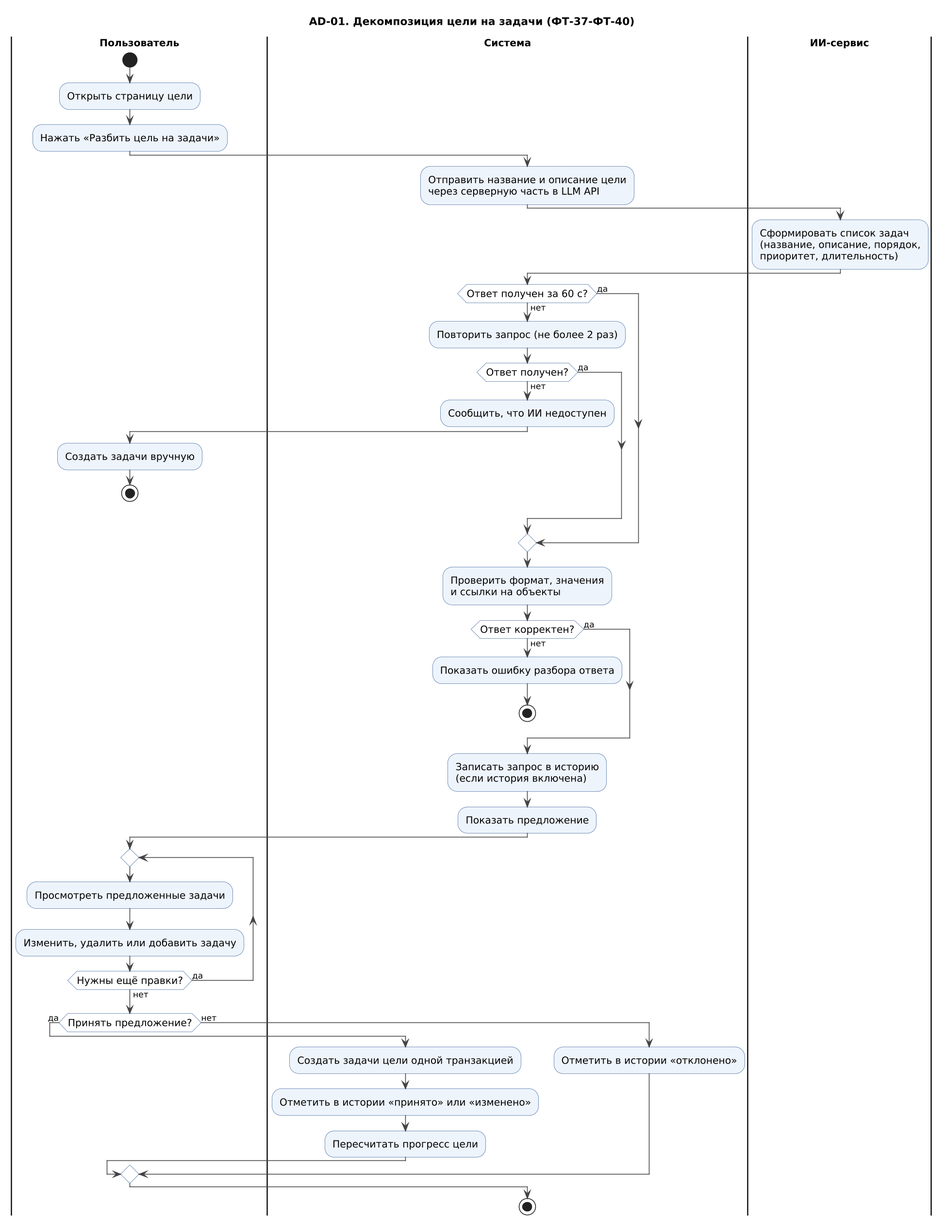
Before: docs/uml/png/AD-01_dekompoziciya.png, a diagram exported from PlantUML (freez044/kpo_project). Its diagram source:
```plantuml
@startuml AD-01_dekompoziciya
!include style.iuml
title AD-01. Декомпозиция цели на задачи (ФТ-37-ФТ-40)
|Пользователь|
start
:Открыть страницу цели;
:Нажать «Разбить цель на задачи»;
|Система|
:Отправить название и описание цели
через серверную часть в LLM API;
|ИИ-сервис|
:Сформировать список задач
(название, описание, порядок,
приоритет, длительность);
|Система|
if (Ответ получен за 60 с?) then (нет)
  :Повторить запрос (не более 2 раз);
  if (Ответ получен?) then (нет)
    :Сообщить, что ИИ недоступен;
    |Пользователь|
    :Создать задачи вручную;
    stop
  else (да)
  endif
else (да)
endif
|Система|
:Проверить формат, значения
и ссылки на объекты;
if (Ответ корректен?) then (нет)
  :Показать ошибку разбора ответа;
  stop
else (да)
endif
:Записать запрос в историю
(если история включена);
:Показать предложение;
|Пользователь|
repeat
  :Просмотреть предложенные задачи;
  :Изменить, удалить или добавить задачу;
repeat while (Нужны ещё правки?) is (да) not (нет)
if (Принять предложение?) then (да)
  |Система|
  :Создать задачи цели одной транзакцией;
  :Отметить в истории «принято» или «изменено»;
  :Пересчитать прогресс цели;
else (нет)
  |Система|
  :Отметить в истории «отклонено»;
endif
stop
@enduml
```
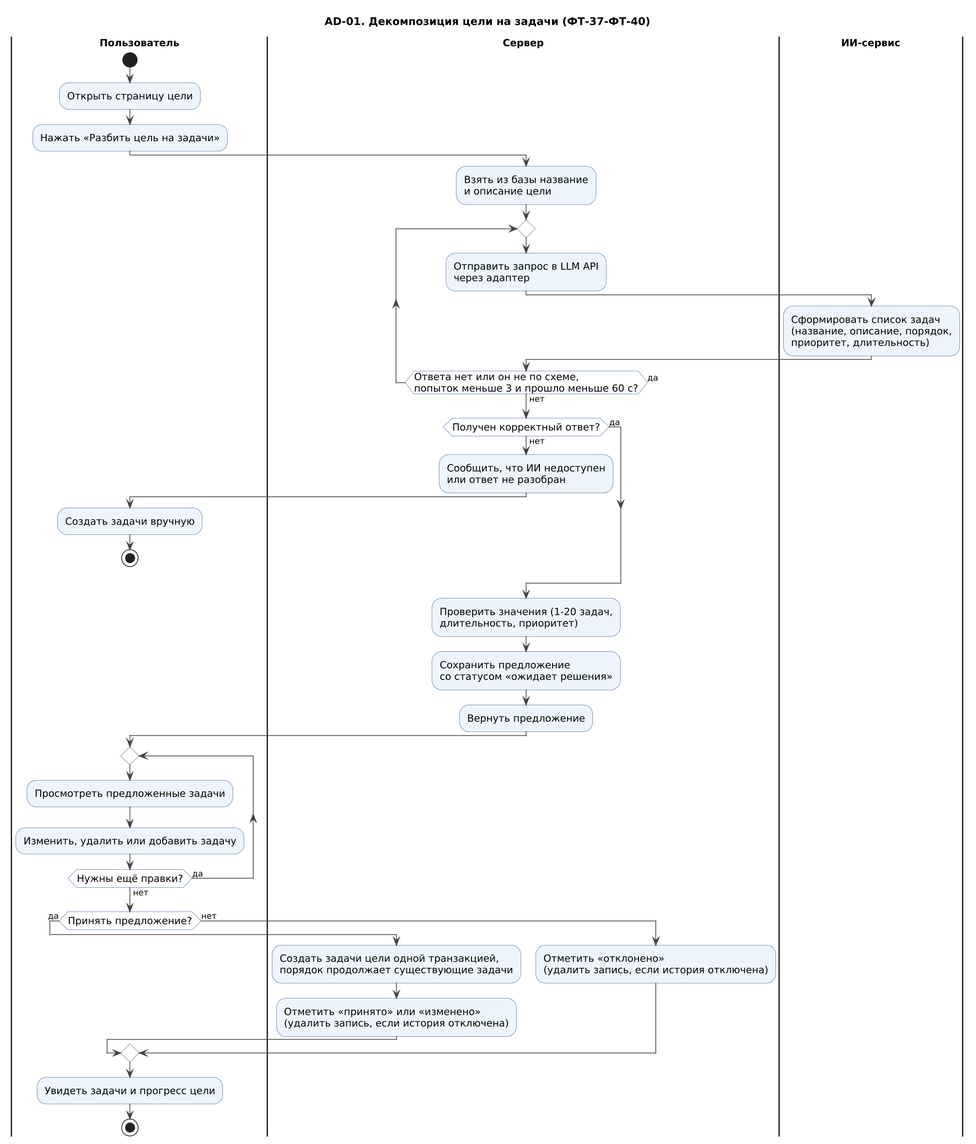
Above is the later version.

What changed in the source:
```diff
@@ -5,49 +5,49 @@
 start
 :Открыть страницу цели;
 :Нажать «Разбить цель на задачи»;
-|Система|
-:Отправить название и описание цели
-через серверную часть в LLM API;
-|ИИ-сервис|
-:Сформировать список задач
-(название, описание, порядок,
-приоритет, длительность);
-|Система|
-if (Ответ получен за 60 с?) then (нет)
-  :Повторить запрос (не более 2 раз);
-  if (Ответ получен?) then (нет)
-    :Сообщить, что ИИ недоступен;
-    |Пользователь|
-    :Создать задачи вручную;
-    stop
-  else (да)
-  endif
-else (да)
-endif
-|Система|
-:Проверить формат, значения
-и ссылки на объекты;
-if (Ответ корректен?) then (нет)
-  :Показать ошибку разбора ответа;
+|Сервер|
+:Взять из базы название
+и описание цели;
+repeat
+  :Отправить запрос в LLM API
+  через адаптер;
+  |ИИ-сервис|
+  :Сформировать список задач
+  (название, описание, порядок,
+  приоритет, длительность);
+  |Сервер|
+repeat while (Ответа нет или он не по схеме,\nпопыток меньше 3 и прошло меньше 60 с?) is (да) not (нет)
+if (Получен корректный ответ?) then (нет)
+  :Сообщить, что ИИ недоступен
+  или ответ не разобран;
+  |Пользователь|
+  :Создать задачи вручную;
   stop
 else (да)
 endif
-:Записать запрос в историю
-(если история включена);
-:Показать предложение;
+|Сервер|
+:Проверить значения (1-20 задач,
+длительность, приоритет);
+:Сохранить предложение
+со статусом «ожидает решения»;
+:Вернуть предложение;
 |Пользователь|
 repeat
   :Просмотреть предложенные задачи;
   :Изменить, удалить или добавить задачу;
 repeat while (Нужны ещё правки?) is (да) not (нет)
 if (Принять предложение?) then (да)
-  |Система|
-  :Создать задачи цели одной транзакцией;
-  :Отметить в истории «принято» или «изменено»;
-  :Пересчитать прогресс цели;
+  |Сервер|
+  :Создать задачи цели одной транзакцией,
+  порядок продолжает существующие задачи;
+  :Отметить «принято» или «изменено»
+  (удалить запись, если история отключена);
 else (нет)
-  |Система|
-  :Отметить в истории «отклонено»;
+  |Сервер|
+  :Отметить «отклонено»
+  (удалить запись, если история отключена);
 endif
+|Пользователь|
+:Увидеть задачи и прогресс цели;
 stop
 @enduml
```
